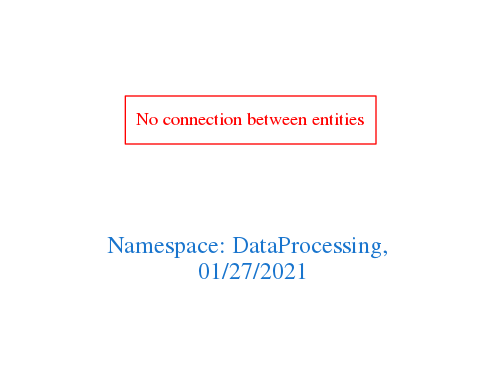
The Graphviz diagram downloads/DataProcessing.png in arago/OGIT, before a commit. Its source is kept beside it as downloads/DataProcessing.dot.
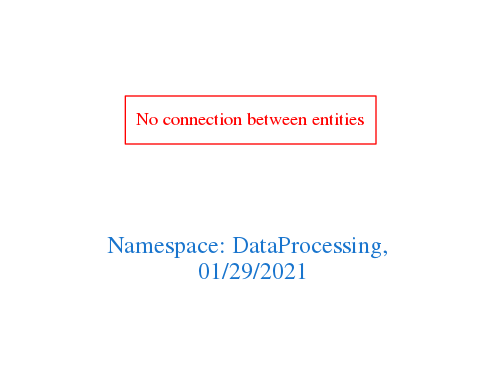
The same file after the commit.

The edit, as a diff of the source:
```diff
@@ -1,7 +1,7 @@
 digraph OGIT_ontology {
  graph [ rankdir= LR,pad=1
 fontsize = 18,
-fontcolor= dodgerblue3,label = "\n\n\nNamespace: DataProcessing, \n 01/27/2021"];
+fontcolor= dodgerblue3,label = "\n\n\nNamespace: DataProcessing, \n 01/29/2021"];
 node[shape=polygon];
 edge [  color="gray81"];
 
```
